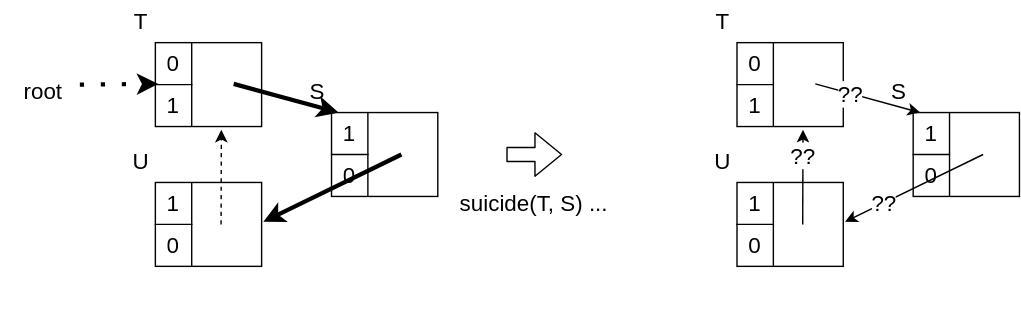
The draw.io diagram assets/img/lecture_materials/GarbageCollection/ch3/brownbridge-question.drawio.svg in drop-stones/slides, before a commit. Source tidied: cells renumbered, new cells last; positions are measured from the earlier drawing's top-left corner, leaving out a move shared by most shapes.
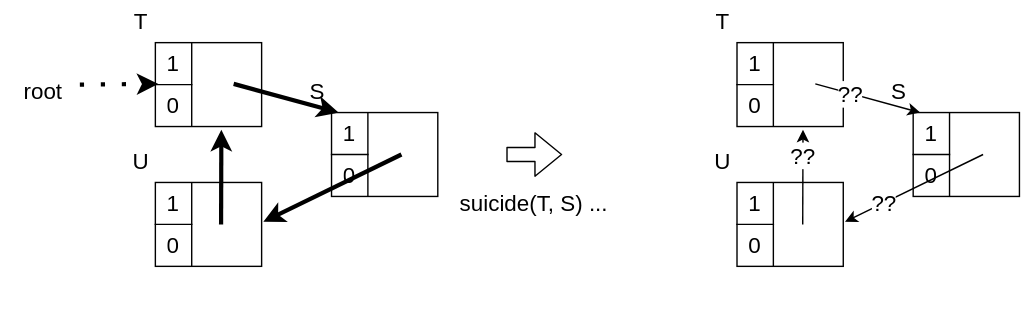
After the change.

What changed in the source:
```diff
@@ -11,7 +11,7 @@
     <mxCell id="4" style="shape=partialRectangle;fillColor=none;top=0;left=0;bottom=0;right=0;" parent="3" vertex="1">
       <mxGeometry width="76" height="30" as="geometry" />
     </mxCell>
-    <mxCell id="5" value="0" style="shape=partialRectangle;html=1;whiteSpace=wrap;overflow=hidden;fillColor=none;top=0;left=0;bottom=1;right=0;fontSize=16;" parent="4" vertex="1">
+    <mxCell id="5" value="1" style="shape=partialRectangle;html=1;whiteSpace=wrap;overflow=hidden;fillColor=none;top=0;left=0;bottom=1;right=0;fontSize=16;" parent="4" vertex="1">
       <mxGeometry width="26" height="30" as="geometry" />
     </mxCell>
     <mxCell id="6" style="shape=partialRectangle;html=1;whiteSpace=wrap;overflow=hidden;fillColor=none;top=0;left=0;bottom=0;right=0;strokeColor=none;" parent="4" vertex="1">
@@ -20,7 +20,7 @@
     <mxCell id="7" style="shape=partialRectangle;fillColor=none;top=0;left=0;bottom=0;right=0;points=[[0,0.5],[1,0.5]];portConstraint=eastwest;" parent="3" vertex="1">
       <mxGeometry y="30" width="76" height="30" as="geometry" />
     </mxCell>
-    <mxCell id="8" value="1" style="shape=partialRectangle;html=1;whiteSpace=wrap;overflow=hidden;fillColor=none;top=0;left=0;bottom=0;right=0;fontSize=16;" parent="7" vertex="1">
+    <mxCell id="8" value="0" style="shape=partialRectangle;html=1;whiteSpace=wrap;overflow=hidden;fillColor=none;top=0;left=0;bottom=0;right=0;fontSize=16;" parent="7" vertex="1">
       <mxGeometry width="26" height="30" as="geometry" />
     </mxCell>
     <mxCell id="9" style="shape=partialRectangle;html=1;whiteSpace=wrap;overflow=hidden;fillColor=none;top=0;left=0;bottom=0;right=0;" parent="7" vertex="1">
@@ -88,7 +88,7 @@
     <mxCell id="29" value="&lt;font style=&quot;font-size: 16px&quot;&gt;U&lt;/font&gt;" style="text;html=1;strokeColor=none;fillColor=none;align=center;verticalAlign=middle;whiteSpace=wrap;rounded=0;" parent="21" vertex="1">
       <mxGeometry x="10" y="-30" width="60" height="30" as="geometry" />
     </mxCell>
-    <mxCell id="30" style="endArrow=classic;html=1;strokeWidth=1;dashed=1;entryX=0.621;entryY=1.078;entryDx=0;entryDy=0;entryPerimeter=0;" parent="21" edge="1" target="7">
+    <mxCell id="30" style="endArrow=classic;html=1;strokeWidth=3;entryX=0.621;entryY=1.078;entryDx=0;entryDy=0;entryPerimeter=0;" parent="21" edge="1" target="7">
       <mxGeometry relative="1" as="geometry">
         <mxPoint x="97" y="30" as="sourcePoint" />
       </mxGeometry>
@@ -124,7 +124,7 @@
     <mxCell id="38" style="shape=partialRectangle;fillColor=none;top=0;left=0;bottom=0;right=0;" parent="37" vertex="1">
       <mxGeometry width="76" height="30" as="geometry" />
     </mxCell>
-    <mxCell id="39" value="0" style="shape=partialRectangle;html=1;whiteSpace=wrap;overflow=hidden;fillColor=none;top=0;left=0;bottom=1;right=0;fontSize=16;" parent="38" vertex="1">
+    <mxCell id="39" value="1" style="shape=partialRectangle;html=1;whiteSpace=wrap;overflow=hidden;fillColor=none;top=0;left=0;bottom=1;right=0;fontSize=16;" parent="38" vertex="1">
       <mxGeometry width="26" height="30" as="geometry" />
     </mxCell>
     <mxCell id="40" style="shape=partialRectangle;html=1;whiteSpace=wrap;overflow=hidden;fillColor=none;top=0;left=0;bottom=0;right=0;strokeColor=none;" parent="38" vertex="1">
@@ -133,7 +133,7 @@
     <mxCell id="41" style="shape=partialRectangle;fillColor=none;top=0;left=0;bottom=0;right=0;points=[[0,0.5],[1,0.5]];portConstraint=eastwest;" parent="37" vertex="1">
       <mxGeometry y="30" width="76" height="30" as="geometry" />
     </mxCell>
-    <mxCell id="42" value="1" style="shape=partialRectangle;html=1;whiteSpace=wrap;overflow=hidden;fillColor=none;top=0;left=0;bottom=0;right=0;fontSize=16;" parent="41" vertex="1">
+    <mxCell id="42" value="0" style="shape=partialRectangle;html=1;whiteSpace=wrap;overflow=hidden;fillColor=none;top=0;left=0;bottom=0;right=0;fontSize=16;" parent="41" vertex="1">
       <mxGeometry width="26" height="30" as="geometry" />
     </mxCell>
     <mxCell id="43" style="shape=partialRectangle;html=1;whiteSpace=wrap;overflow=hidden;fillColor=none;top=0;left=0;bottom=0;right=0;" parent="41" vertex="1">
```
